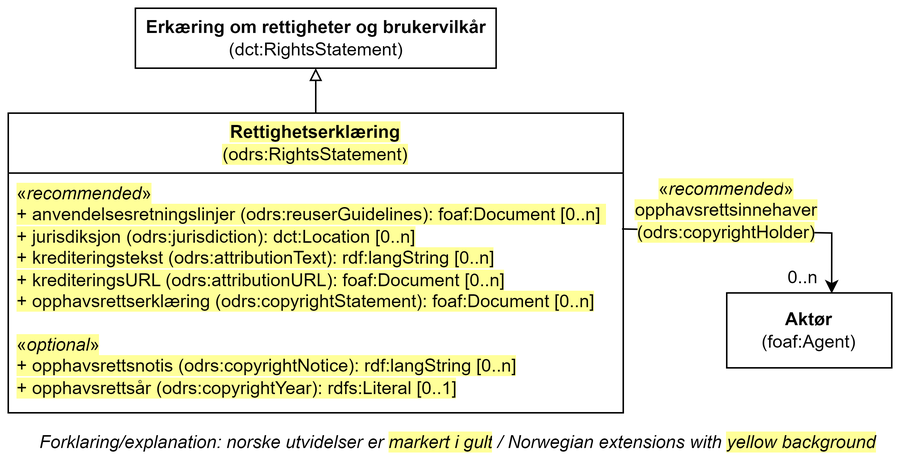
Above: docs/images/Klassen-Rettighetserklæring.png in Informasjonsforvaltning/dcat-ap-no (draw.io), before the change. Source tidied: cells renumbered, new cells last; positions are measured from the earlier drawing's top-left corner, leaving out a move shared by most shapes.
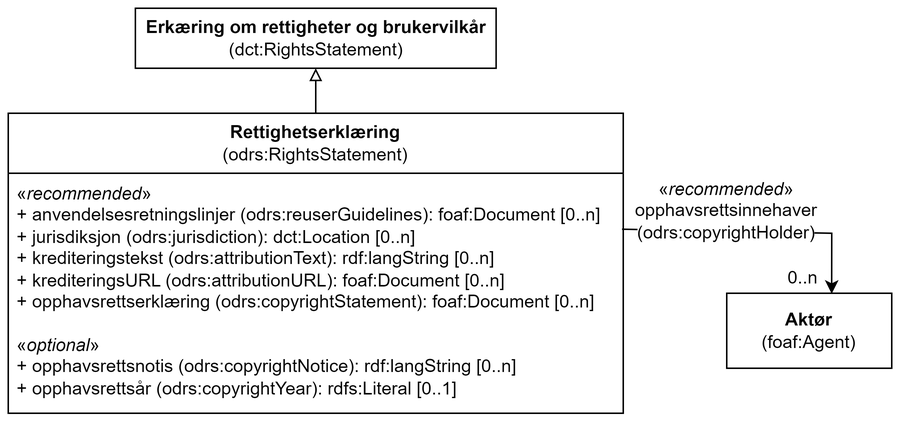
After the commit.

What changed in the source:
```diff
@@ -2,15 +2,12 @@
   <root>
     <mxCell id="0" />
     <mxCell id="1" parent="0" />
-    <mxCell id="2" value="&lt;span style=&quot;background-color: rgb(255, 255, 153);&quot;&gt;Rettighetserklæring&lt;br&gt;&lt;span style=&quot;font-weight: normal;&quot;&gt;(odrs:RightsStatement)&lt;/span&gt;&lt;/span&gt;" style="swimlane;whiteSpace=wrap;html=1;startSize=40;" parent="1" vertex="1">
+    <mxCell id="2" value="Rettighetserklæring&lt;br&gt;&lt;span style=&quot;font-weight: normal;&quot;&gt;(odrs:RightsStatement)&lt;/span&gt;" style="swimlane;whiteSpace=wrap;html=1;startSize=40;" parent="1" vertex="1">
       <mxGeometry y="70" width="410" height="200" as="geometry" />
     </mxCell>
-    <mxCell id="3" value="&lt;div&gt;&lt;span style=&quot;background-color: rgb(255, 255, 153);&quot;&gt;«&lt;i style=&quot;&quot;&gt;recommended&lt;/i&gt;»&lt;/span&gt;&lt;/div&gt;&lt;div&gt;&lt;span style=&quot;background-color: rgb(255, 255, 153);&quot;&gt;+&amp;nbsp;anvendelsesretningslinjer (odrs:reuserGuidelines):&amp;nbsp;foaf:Document&amp;nbsp;[0..n]&amp;nbsp;&lt;br&gt;&lt;/span&gt;&lt;/div&gt;&lt;div&gt;&lt;span style=&quot;background-color: rgb(255, 255, 153);&quot;&gt;+&amp;nbsp;jurisdiksjon (odrs:jurisdiction): dct:Location [0..n]&lt;/span&gt;&lt;/div&gt;&lt;div&gt;&lt;span style=&quot;background-color: rgb(255, 255, 153);&quot;&gt;+&amp;nbsp;krediteringstekst (odrs:attributionText): rdf:langString [0..n]&lt;/span&gt;&lt;/div&gt;&lt;div&gt;&lt;span style=&quot;background-color: rgb(255, 255, 153);&quot;&gt;+&amp;nbsp;krediteringsURL (odrs:attributionURL):&amp;nbsp;foaf:Document [0..n]&lt;/span&gt;&lt;/div&gt;&lt;div style=&quot;border-color: var(--border-color);&quot;&gt;&lt;span style=&quot;background-color: rgb(255, 255, 153);&quot;&gt;+ opphavsrettserklæring (odrs:copyrightStatement): foaf:Document [0..n]&lt;br style=&quot;border-color: var(--border-color);&quot;&gt;&lt;/span&gt;&lt;/div&gt;&lt;div&gt;&lt;br&gt;&lt;/div&gt;&lt;div&gt;&lt;span style=&quot;background-color: rgb(255, 255, 153);&quot;&gt;«&lt;i style=&quot;border-color: var(--border-color);&quot;&gt;optional&lt;/i&gt;»&lt;br&gt;&lt;/span&gt;&lt;/div&gt;&lt;div&gt;&lt;span style=&quot;background-color: rgb(255, 255, 153);&quot;&gt;+ opphavsrettsnotis (odrs:copyrightNotice):&amp;nbsp;&lt;/span&gt;&lt;span style=&quot;background-color: rgb(255, 255, 153);&quot;&gt;rdf:langString&lt;/span&gt;&lt;span style=&quot;background-color: rgb(255, 255, 153);&quot;&gt;&amp;nbsp;[0..n]&lt;br&gt;&lt;/span&gt;&lt;/div&gt;&lt;div&gt;&lt;span style=&quot;background-color: rgb(255, 255, 153);&quot;&gt;+ opphavsrettsår (odrs:copyrightYear): rdfs:Literal [0..1]&lt;/span&gt;&lt;br&gt;&lt;/div&gt;" style="text;strokeColor=none;fillColor=none;align=left;verticalAlign=top;spacingLeft=4;spacingRight=4;overflow=hidden;points=[[0,0.5],[1,0.5]];portConstraint=eastwest;whiteSpace=wrap;html=1;" parent="2" vertex="1">
+    <mxCell id="3" value="&lt;div&gt;«&lt;i style=&quot;&quot;&gt;recommended&lt;/i&gt;»&lt;/div&gt;&lt;div&gt;+&amp;nbsp;anvendelsesretningslinjer (odrs:reuserGuidelines):&amp;nbsp;foaf:Document&amp;nbsp;[0..n]&amp;nbsp;&lt;br&gt;&lt;/div&gt;&lt;div&gt;+&amp;nbsp;jurisdiksjon (odrs:jurisdiction): dct:Location [0..n]&lt;/div&gt;&lt;div&gt;+&amp;nbsp;krediteringstekst (odrs:attributionText): rdf:langString [0..n]&lt;/div&gt;&lt;div&gt;+&amp;nbsp;krediteringsURL (odrs:attributionURL):&amp;nbsp;foaf:Document [0..n]&lt;/div&gt;&lt;div style=&quot;border-color: var(--border-color);&quot;&gt;+ opphavsrettserklæring (odrs:copyrightStatement): foaf:Document [0..n]&lt;br style=&quot;border-color: var(--border-color);&quot;&gt;&lt;/div&gt;&lt;div&gt;&lt;br&gt;&lt;/div&gt;&lt;div&gt;«&lt;i style=&quot;border-color: var(--border-color);&quot;&gt;optional&lt;/i&gt;»&lt;br&gt;&lt;/div&gt;&lt;div&gt;+ opphavsrettsnotis (odrs:copyrightNotice):&amp;nbsp;rdf:langString&amp;nbsp;[0..n]&lt;br&gt;&lt;/div&gt;&lt;div&gt;+ opphavsrettsår (odrs:copyrightYear): rdfs:Literal [0..1]&lt;br&gt;&lt;/div&gt;" style="text;strokeColor=none;fillColor=none;align=left;verticalAlign=top;spacingLeft=4;spacingRight=4;overflow=hidden;points=[[0,0.5],[1,0.5]];portConstraint=eastwest;whiteSpace=wrap;html=1;" parent="2" vertex="1">
       <mxGeometry y="40" width="410" height="160" as="geometry" />
     </mxCell>
-    <mxCell id="4" value="Forklaring/explanation: norske utvidelser er&amp;nbsp;&lt;span style=&quot;background-color: rgb(255, 255, 153);&quot;&gt;markert i gult&lt;/span&gt;&lt;span style=&quot;background-color: rgb(255 , 255 , 255)&quot;&gt;&amp;nbsp;/&amp;nbsp;&lt;/span&gt;&lt;span style=&quot;background-color: rgb(255 , 255 , 255)&quot;&gt;Norwegian extensions with &lt;/span&gt;&lt;span style=&quot;background-color: rgb(255, 255, 153);&quot;&gt;yellow background&lt;/span&gt;" style="text;html=1;strokeColor=none;fillColor=none;align=center;verticalAlign=middle;whiteSpace=wrap;rounded=0;fontStyle=2;" parent="1" vertex="1">
-      <mxGeometry x="9.5" y="280" width="579.5" height="20" as="geometry" />
-    </mxCell>
     <mxCell id="5" value="&lt;b&gt;Erkæring om rettigheter og brukervilkår&lt;/b&gt;&lt;br&gt;(dct:RightsStatement)" style="html=1;whiteSpace=wrap;" parent="1" vertex="1">
       <mxGeometry x="84.8" width="240.5" height="40" as="geometry" />
     </mxCell>
@@ -27,7 +24,7 @@
         </Array>
       </mxGeometry>
     </mxCell>
-    <mxCell id="9" value="&lt;span style=&quot;text-align: left; background-color: rgb(255, 255, 153);&quot;&gt;«&lt;/span&gt;&lt;i style=&quot;text-align: left; background-color: rgb(255, 255, 153);&quot;&gt;recommended&lt;/i&gt;&lt;span style=&quot;text-align: left; background-color: rgb(255, 255, 153);&quot;&gt;»&lt;/span&gt;&lt;br&gt;&lt;span style=&quot;color: rgb(0, 0, 0); font-family: Helvetica; font-size: 12px; font-style: normal; font-variant-ligatures: normal; font-variant-caps: normal; font-weight: 400; letter-spacing: normal; orphans: 2; text-align: left; text-indent: 0px; text-transform: none; widows: 2; word-spacing: 0px; -webkit-text-stroke-width: 0px; white-space: normal; background-color: rgb(255, 255, 153); text-decoration-thickness: initial; text-decoration-style: initial; text-decoration-color: initial; display: inline !important; float: none;&quot;&gt;opphavsrettsinnehaver (odrs:copyrightHolder)&lt;/span&gt;" style="text;html=1;align=center;verticalAlign=middle;whiteSpace=wrap;rounded=0;" parent="1" vertex="1">
+    <mxCell id="9" value="&lt;span style=&quot;background-color: rgb(255, 255, 255);&quot;&gt;&lt;span style=&quot;text-align: left;&quot;&gt;«&lt;/span&gt;&lt;i style=&quot;text-align: left;&quot;&gt;recommended&lt;/i&gt;&lt;span style=&quot;text-align: left;&quot;&gt;»&lt;/span&gt;&lt;br&gt;&lt;span style=&quot;color: rgb(0, 0, 0); font-family: Helvetica; font-size: 12px; font-style: normal; font-variant-ligatures: normal; font-variant-caps: normal; font-weight: 400; letter-spacing: normal; orphans: 2; text-align: left; text-indent: 0px; text-transform: none; widows: 2; word-spacing: 0px; -webkit-text-stroke-width: 0px; white-space: normal; text-decoration-thickness: initial; text-decoration-style: initial; text-decoration-color: initial; float: none; display: inline !important;&quot;&gt;opphavsrettsinnehaver (odrs:copyrightHolder)&lt;/span&gt;&lt;/span&gt;" style="text;html=1;align=center;verticalAlign=middle;whiteSpace=wrap;rounded=0;" parent="1" vertex="1">
       <mxGeometry x="449" y="120" width="60" height="30" as="geometry" />
     </mxCell>
     <mxCell id="10" value="0..n" style="text;html=1;align=center;verticalAlign=middle;whiteSpace=wrap;rounded=0;" parent="1" vertex="1">
```
